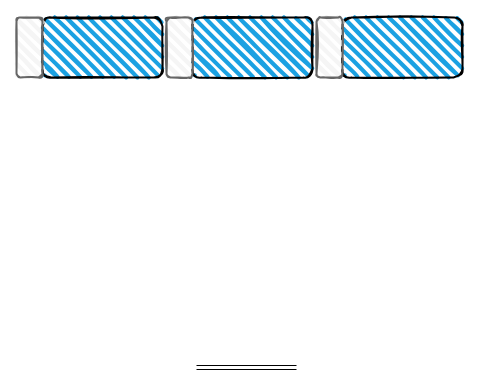
junfengtang/demo-poly keeps this draw.io diagram as 未命名绘图.drawio. Above is the earlier version. Source tidied: cells renumbered, new cells numbered last; positions are measured from the earlier drawing's top-left corner, leaving out a move shared by most shapes. Both pictures are drawn from the tidied source at 100%, with x=0, y=0 at pixel (16, 17).
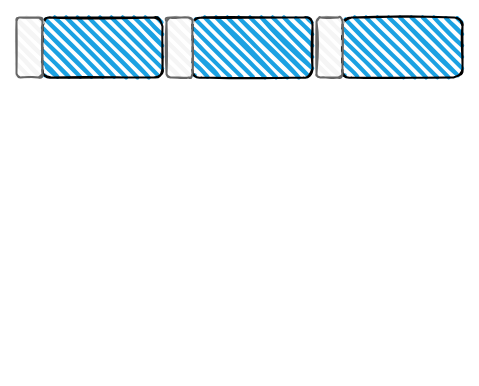
Above is the later version.

Diff of the diagram source:
```diff
@@
 <mxGraphModel>
   <root>
     <mxCell id="0" />
     <mxCell id="1" parent="0" />
-    <mxCell id="2" style="shape=link;html=1;rounded=0;" parent="1" edge="1">
-      <mxGeometry relative="1" as="geometry">
-        <mxPoint x="180" y="350" as="sourcePoint" />
-        <mxPoint x="280" y="350" as="targetPoint" />
-      </mxGeometry>
-    </mxCell>
     <mxCell id="3" style="rounded=1;whiteSpace=wrap;html=1;strokeWidth=2;fillWeight=4;hachureGap=8;hachureAngle=45;fillColor=#1ba1e2;sketch=1;" parent="1" vertex="1">
       <mxGeometry x="26" width="120" height="60" as="geometry" />
     </mxCell>
     <mxCell id="4" style="rounded=1;whiteSpace=wrap;html=1;strokeWidth=2;fillWeight=4;hachureGap=8;hachureAngle=45;fillColor=#f5f5f5;sketch=1;fontColor=#333333;strokeColor=#666666;" parent="1" vertex="1">
       <mxGeometry width="26" height="60" as="geometry" />
     </mxCell>
     <mxCell id="5" style="rounded=1;whiteSpace=wrap;html=1;strokeWidth=2;fillWeight=4;hachureGap=8;hachureAngle=45;fillColor=#1ba1e2;sketch=1;" parent="1" vertex="1">
       <mxGeometry x="176" width="120" height="60" as="geometry" />
     </mxCell>
     <mxCell id="6" style="rounded=1;whiteSpace=wrap;html=1;strokeWidth=2;fillWeight=4;hachureGap=8;hachureAngle=45;fillColor=#f5f5f5;sketch=1;fontColor=#333333;strokeColor=#666666;" parent="1" vertex="1">
       <mxGeometry x="150" width="26" height="60" as="geometry" />
     </mxCell>
     <mxCell id="7" style="rounded=1;whiteSpace=wrap;html=1;strokeWidth=2;fillWeight=4;hachureGap=8;hachureAngle=45;fillColor=#1ba1e2;sketch=1;" parent="1" vertex="1">
       <mxGeometry x="326" width="120" height="60" as="geometry" />
     </mxCell>
     <mxCell id="8" style="rounded=1;whiteSpace=wrap;html=1;strokeWidth=2;fillWeight=4;hachureGap=8;hachureAngle=45;fillColor=#f5f5f5;sketch=1;fontColor=#333333;strokeColor=#666666;" parent="1" vertex="1">
       <mxGeometry x="300" width="26" height="60" as="geometry" />
     </mxCell>
   </root>
 </mxGraphModel>
```
